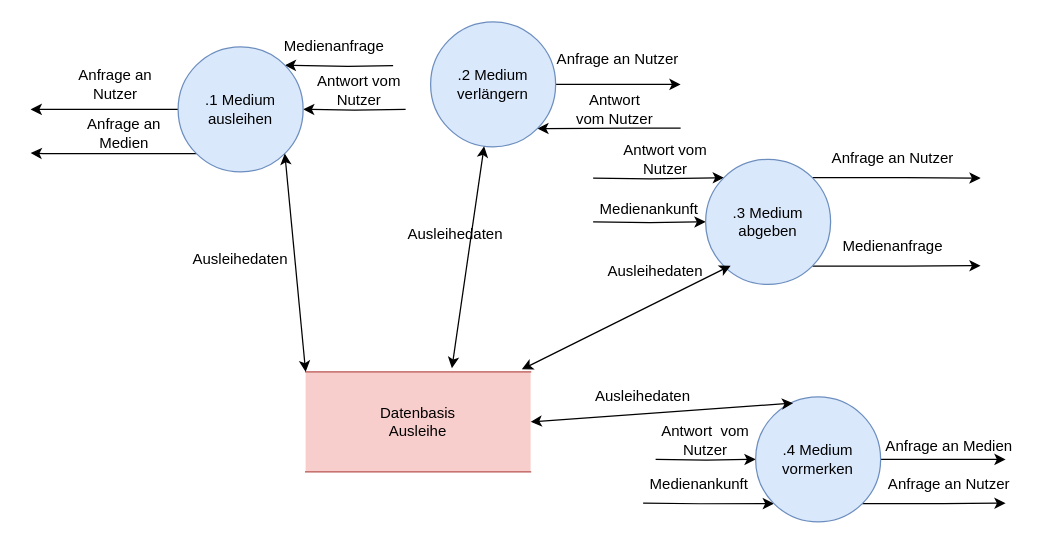
Before: 2_Ontologies/Strukturierte Analyse/DFDs/Level2/DFD_2_Verwalte_Ausleihen.drawio in mostermann96/SWT2, a draw.io diagram. Source tidied: cells renumbered, new cells numbered last; positions are measured from the earlier drawing's top-left corner, leaving out a move shared by most shapes. Both pictures are drawn from the tidied source at 125%, with x=0, y=0 at pixel (30, 21).
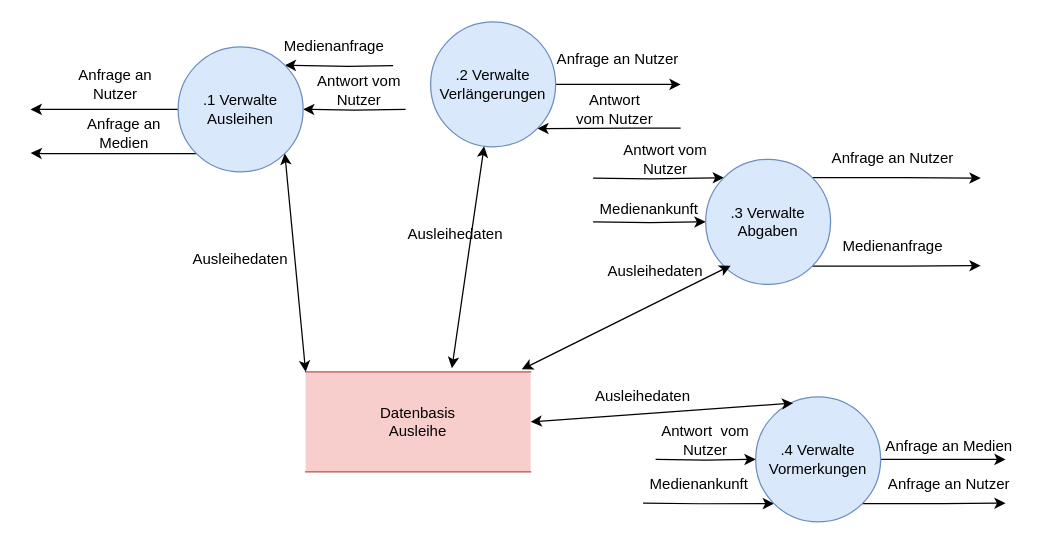
The same diagram, later.

The edit, as a diff of the source:
```diff
@@
-    <mxCell id="6" value=".1 Medium ausleihen" style="ellipse;whiteSpace=wrap;html=1;fontStyle=0;fontSize=12;fillColor=#dae8fc;strokeColor=#6c8ebf;" parent="1" vertex="1">
+    <mxCell id="6" value=".1 Verwalte Ausleihen" style="ellipse;whiteSpace=wrap;html=1;fontStyle=0;fontSize=12;fillColor=#dae8fc;strokeColor=#6c8ebf;" parent="1" vertex="1">
       <mxGeometry x="118" y="20" width="100" height="100" as="geometry" />
     </mxCell>
@@
-    <mxCell id="9" value=".2 Medium verlängern" style="ellipse;whiteSpace=wrap;html=1;fontStyle=0;fontSize=12;fillColor=#dae8fc;strokeColor=#6c8ebf;" parent="1" vertex="1">
+    <mxCell id="9" value=".2 Verwalte Verlängerungen" style="ellipse;whiteSpace=wrap;html=1;fontStyle=0;fontSize=12;fillColor=#dae8fc;strokeColor=#6c8ebf;" parent="1" vertex="1">
       <mxGeometry x="320" width="100" height="100" as="geometry" />
     </mxCell>
@@
-    <mxCell id="14" value=".3 Medium abgeben" style="ellipse;whiteSpace=wrap;html=1;fontStyle=0;fontSize=12;fillColor=#dae8fc;strokeColor=#6c8ebf;" parent="1" vertex="1">
+    <mxCell id="14" value=".3 Verwalte Abgaben" style="ellipse;whiteSpace=wrap;html=1;fontStyle=0;fontSize=12;fillColor=#dae8fc;strokeColor=#6c8ebf;" parent="1" vertex="1">
       <mxGeometry x="540" y="110" width="100" height="100" as="geometry" />
     </mxCell>
@@
-    <mxCell id="19" value="&lt;span style=&quot;font-size: 12px;&quot;&gt;&lt;font style=&quot;font-size: 12px;&quot;&gt;.4 Medium vormerken&lt;/font&gt;&lt;/span&gt;" style="ellipse;whiteSpace=wrap;html=1;fontSize=12;fillColor=#dae8fc;strokeColor=#6c8ebf;fontStyle=0;" parent="1" vertex="1">
+    <mxCell id="19" value="&lt;span style=&quot;font-size: 12px&quot;&gt;&lt;font style=&quot;font-size: 12px&quot;&gt;.4 Verwalte Vormerkungen&lt;br&gt;&lt;/font&gt;&lt;/span&gt;" style="ellipse;whiteSpace=wrap;html=1;fontSize=12;fillColor=#dae8fc;strokeColor=#6c8ebf;fontStyle=0;" parent="1" vertex="1">
       <mxGeometry x="580" y="300" width="100" height="100" as="geometry" />
     </mxCell>
```
